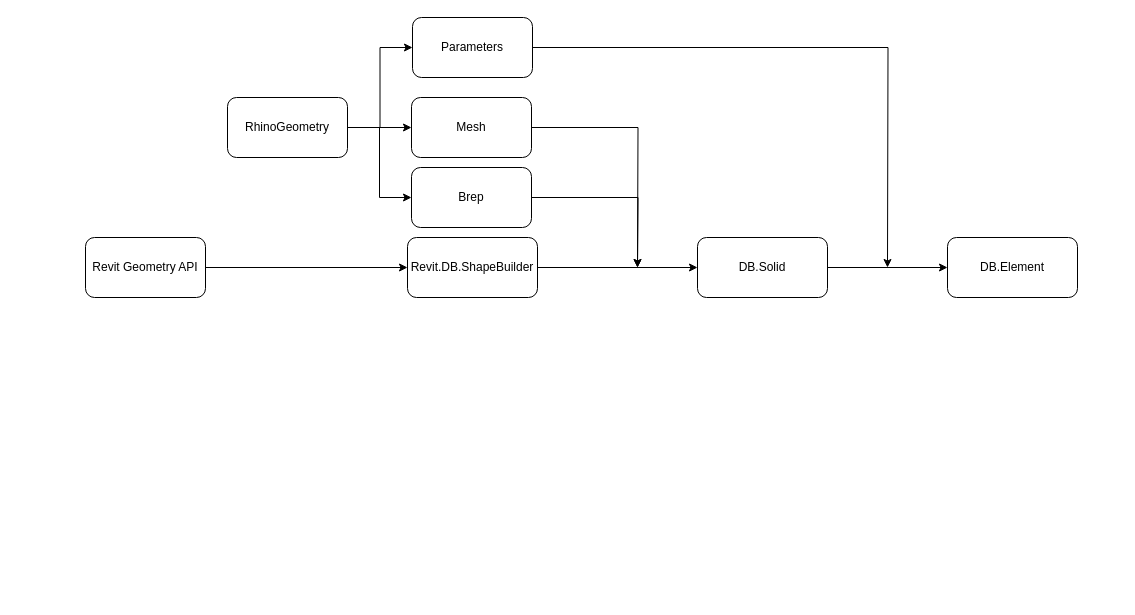
The draw.io diagram RhinoToRevit.drawio in gaochaowyq/MinderGraph, before the edit. Source tidied: cells renumbered, new cells numbered last; positions are measured from the earlier drawing's top-left corner, leaving out a move shared by most shapes. Both pictures are drawn from the tidied source at 100%, with x=0, y=0 at pixel (85, 17).
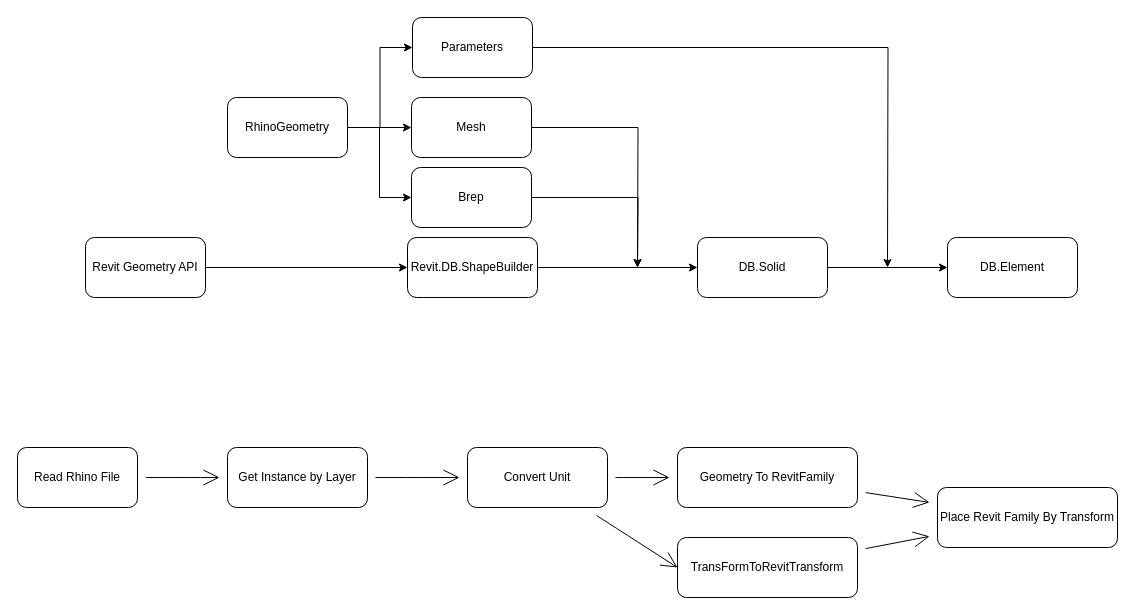
After the change.

The edit, as a diff of the source:
```diff
@@
+    <mxCell id="19" style="edgeStyle=none;curved=1;rounded=0;jettySize=auto;html=1;endArrow=open;startSize=14;endSize=14;sourcePerimeterSpacing=8;targetPerimeterSpacing=8;" parent="1" edge="1" source="20" target="22">
+      <mxGeometry relative="1" as="geometry" />
+    </mxCell>
+    <mxCell id="20" value="Read Rhino File" style="rounded=1;whiteSpace=wrap;html=1;hachureGap=4;" parent="1" vertex="1">
+      <mxGeometry x="-68" y="430" width="120" height="60" as="geometry" />
+    </mxCell>
+    <mxCell id="21" style="edgeStyle=none;curved=1;rounded=0;jettySize=auto;html=1;endArrow=open;startSize=14;endSize=14;sourcePerimeterSpacing=8;targetPerimeterSpacing=8;" parent="1" edge="1" source="22" target="25">
+      <mxGeometry relative="1" as="geometry" />
+    </mxCell>
+    <mxCell id="22" value="Get Instance by Layer" style="rounded=1;whiteSpace=wrap;html=1;hachureGap=4;" parent="1" vertex="1">
+      <mxGeometry x="142" y="430" width="140" height="60" as="geometry" />
+    </mxCell>
+    <mxCell id="23" style="edgeStyle=none;curved=1;rounded=0;jettySize=auto;html=1;endArrow=open;startSize=14;endSize=14;sourcePerimeterSpacing=8;targetPerimeterSpacing=8;" parent="1" edge="1" source="25" target="27">
+      <mxGeometry relative="1" as="geometry" />
+    </mxCell>
+    <mxCell id="24" style="edgeStyle=none;curved=1;rounded=0;jettySize=auto;html=1;entryX=0;entryY=0.5;entryDx=0;entryDy=0;endArrow=open;startSize=14;endSize=14;sourcePerimeterSpacing=8;targetPerimeterSpacing=8;" parent="1" edge="1" source="25" target="29">
+      <mxGeometry relative="1" as="geometry" />
+    </mxCell>
+    <mxCell id="25" value="Convert Unit" style="rounded=1;whiteSpace=wrap;html=1;hachureGap=4;" parent="1" vertex="1">
+      <mxGeometry x="382" y="430" width="140" height="60" as="geometry" />
+    </mxCell>
+    <mxCell id="26" style="edgeStyle=none;curved=1;rounded=0;jettySize=auto;html=1;endArrow=open;startSize=14;endSize=14;sourcePerimeterSpacing=8;targetPerimeterSpacing=8;" parent="1" edge="1" source="27" target="30">
+      <mxGeometry relative="1" as="geometry" />
+    </mxCell>
+    <mxCell id="27" value="Geometry To RevitFamily" style="rounded=1;whiteSpace=wrap;html=1;hachureGap=4;" parent="1" vertex="1">
+      <mxGeometry x="592" y="430" width="180" height="60" as="geometry" />
+    </mxCell>
+    <mxCell id="28" style="edgeStyle=none;curved=1;rounded=0;jettySize=auto;html=1;endArrow=open;startSize=14;endSize=14;sourcePerimeterSpacing=8;targetPerimeterSpacing=8;" parent="1" edge="1" source="29" target="30">
+      <mxGeometry relative="1" as="geometry" />
+    </mxCell>
+    <mxCell id="29" value="TransFormToRevitTransform" style="rounded=1;whiteSpace=wrap;html=1;hachureGap=4;" parent="1" vertex="1">
+      <mxGeometry x="592" y="520" width="180" height="60" as="geometry" />
+    </mxCell>
+    <mxCell id="30" value="Place Revit Family By Transform" style="rounded=1;whiteSpace=wrap;html=1;hachureGap=4;" parent="1" vertex="1">
+      <mxGeometry x="852" y="470" width="180" height="60" as="geometry" />
+    </mxCell>
```
